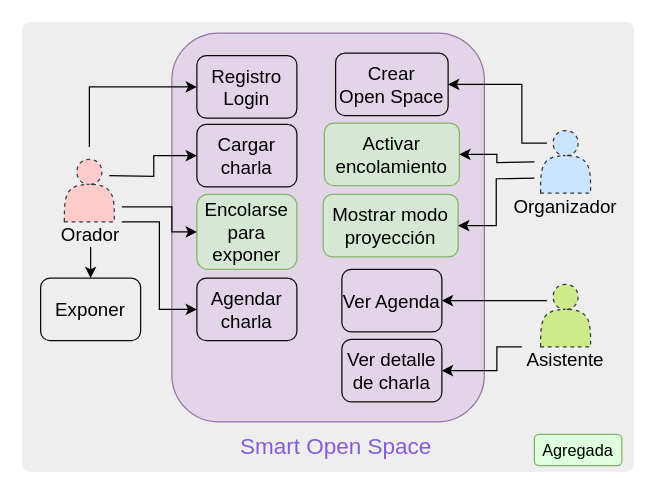
This is other/CasoDeUso2.drawio from AugustoConti/smart-open-space, a draw.io file, before an edit. Source tidied: cells renumbered, new cells numbered last; positions are measured from the earlier drawing's top-left corner, leaving out a move shared by most shapes. Both pictures are drawn from the tidied source at 125%, with x=0, y=0 at pixel (21, 21).
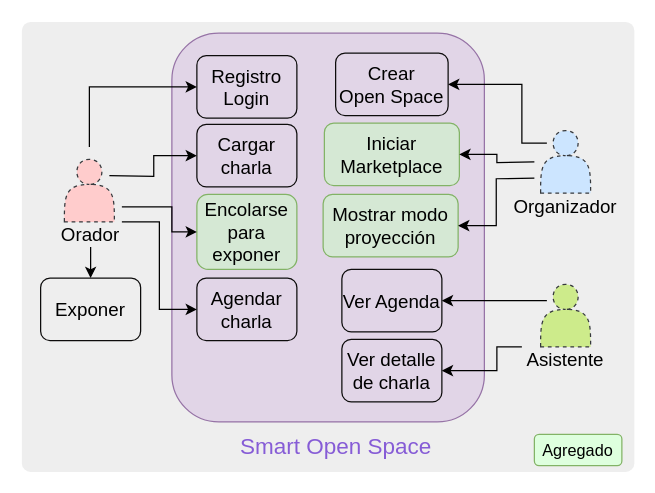
Above is the later version.

What changed in the source:
```diff
@@
-    <mxCell id="23" value="Activar&lt;br&gt;encolamiento" style="shape=ext;rounded=1;html=1;whiteSpace=wrap;shadow=0;glass=0;labelBackgroundColor=none;strokeColor=#82b366;strokeWidth=1;fillColor=#d5e8d4;fontSize=15;align=center;" parent="1" vertex="1">
+    <mxCell id="23" value="Iniciar Marketplace" style="shape=ext;rounded=1;html=1;whiteSpace=wrap;shadow=0;glass=0;labelBackgroundColor=none;strokeColor=#82b366;strokeWidth=1;fillColor=#d5e8d4;fontSize=15;align=center;" parent="1" vertex="1">
       <mxGeometry x="242" y="81" width="108" height="50" as="geometry" />
     </mxCell>
@@
-    <mxCell id="30" value="Agregada" style="shape=ext;rounded=1;html=1;whiteSpace=wrap;shadow=0;glass=0;labelBackgroundColor=none;strokeColor=#82b366;strokeWidth=1;fillColor=#DEFFDE;fontSize=13;align=center;" parent="1" vertex="1">
+    <mxCell id="30" value="Agregado" style="shape=ext;rounded=1;html=1;whiteSpace=wrap;shadow=0;glass=0;labelBackgroundColor=none;strokeColor=#82b366;strokeWidth=1;fillColor=#DEFFDE;fontSize=13;align=center;" parent="1" vertex="1">
       <mxGeometry x="410" y="330" width="70" height="25" as="geometry" />
     </mxCell>
```
